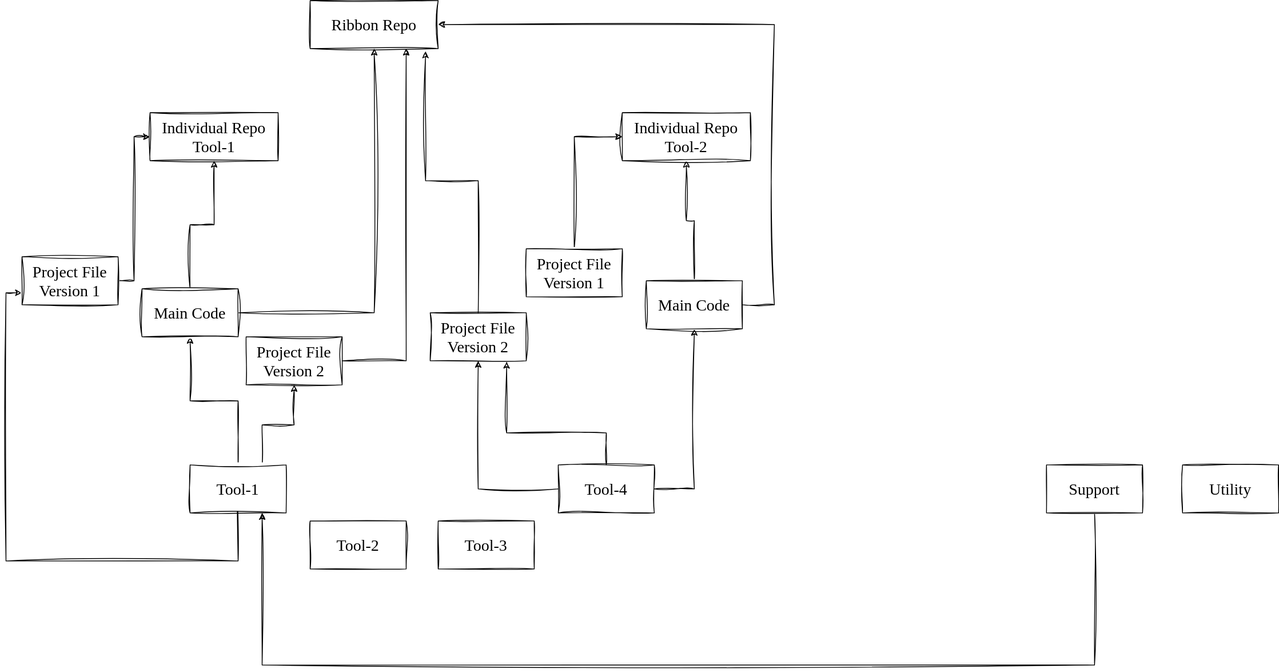
Earlier version of the draw.io export Docs/GitHub Structure Brainstorming.drawio.svg (Pinnacle-Sahin/Pinnacle-Sahin). Source tidied: cells renumbered, new cells last; positions are measured from the earlier drawing's top-left corner, leaving out a move shared by most shapes.
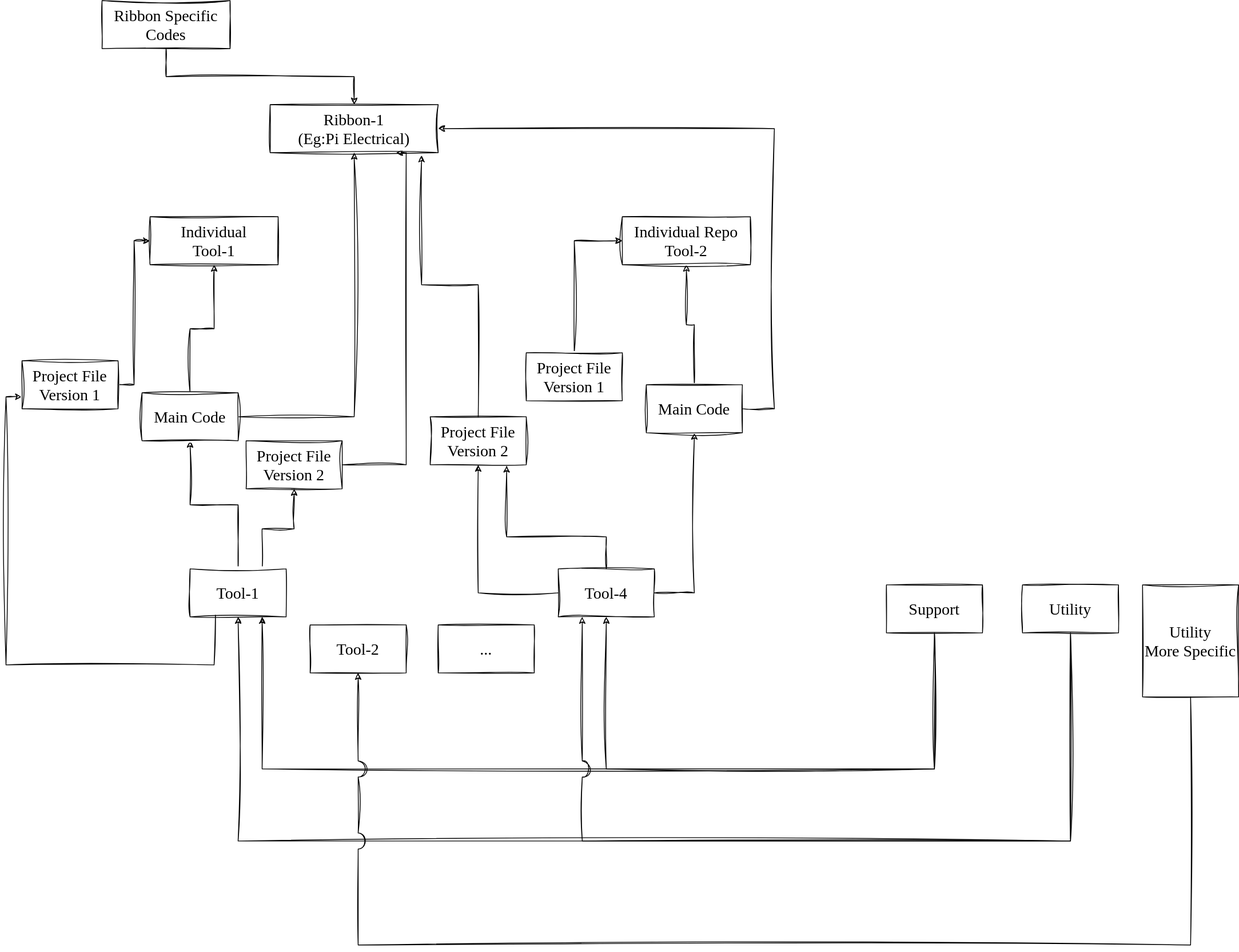
The same file after the commit.

Diff of the diagram source:
```diff
@@ -5,7 +5,7 @@
     <mxCell id="2" value="Tool-2" style="rounded=0;whiteSpace=wrap;html=1;sketch=1;hachureGap=4;jiggle=2;curveFitting=1;fontFamily=Verdana;fontSize=20;horizontal=1;" parent="1" vertex="1">
       <mxGeometry x="380" y="650" width="120" height="60" as="geometry" />
     </mxCell>
-    <mxCell id="3" style="edgeStyle=orthogonalEdgeStyle;rounded=0;sketch=1;hachureGap=4;jiggle=2;curveFitting=1;jettySize=auto;html=1;entryX=0.5;entryY=1;entryDx=0;entryDy=0;fontFamily=Verdana;fontSize=16;horizontal=1;" parent="1" edge="1" target="18">
+    <mxCell id="3" style="edgeStyle=orthogonalEdgeStyle;rounded=0;sketch=1;hachureGap=4;jiggle=2;curveFitting=1;jettySize=auto;html=1;entryX=0.5;entryY=1;entryDx=0;entryDy=0;fontFamily=Verdana;fontSize=16;horizontal=1;jumpStyle=arc;jumpSize=20;" parent="1" edge="1" target="18">
       <mxGeometry relative="1" as="geometry">
         <mxPoint x="320" y="580" as="sourcePoint" />
         <Array as="points">
@@ -14,35 +14,36 @@
         </Array>
       </mxGeometry>
     </mxCell>
-    <mxCell id="4" style="edgeStyle=orthogonalEdgeStyle;rounded=0;sketch=1;hachureGap=4;jiggle=2;curveFitting=1;jettySize=auto;html=1;exitX=0.5;exitY=0;exitDx=0;exitDy=0;entryX=0;entryY=0.75;entryDx=0;entryDy=0;fontFamily=Verdana;fontSize=16;horizontal=1;" parent="1" edge="1" source="6" target="16">
+    <mxCell id="4" style="edgeStyle=orthogonalEdgeStyle;rounded=0;sketch=1;hachureGap=4;jiggle=2;curveFitting=1;jettySize=auto;html=1;exitX=0.5;exitY=0;exitDx=0;exitDy=0;entryX=0;entryY=0.75;entryDx=0;entryDy=0;fontFamily=Verdana;fontSize=16;horizontal=1;jumpStyle=arc;jumpSize=20;" parent="1" edge="1" source="6" target="16">
       <mxGeometry relative="1" as="geometry">
         <Array as="points">
-          <mxPoint x="290" y="700" />
+          <mxPoint x="260" y="580" />
+          <mxPoint x="260" y="700" />
           <mxPoint y="700" />
           <mxPoint y="365" />
         </Array>
       </mxGeometry>
     </mxCell>
-    <mxCell id="5" style="edgeStyle=orthogonalEdgeStyle;rounded=0;sketch=1;hachureGap=4;jiggle=2;curveFitting=1;jettySize=auto;html=1;entryX=0.5;entryY=1;entryDx=0;entryDy=0;fontFamily=Verdana;fontSize=16;horizontal=1;" parent="1" edge="1" source="6" target="21">
+    <mxCell id="5" style="edgeStyle=orthogonalEdgeStyle;rounded=0;sketch=1;hachureGap=4;jiggle=2;curveFitting=1;jettySize=auto;html=1;entryX=0.5;entryY=1;entryDx=0;entryDy=0;fontFamily=Verdana;fontSize=16;horizontal=1;jumpStyle=arc;jumpSize=20;" parent="1" edge="1" source="6" target="21">
       <mxGeometry relative="1" as="geometry" />
     </mxCell>
     <mxCell id="6" value="Tool-1" style="rounded=0;whiteSpace=wrap;html=1;sketch=1;hachureGap=4;jiggle=2;curveFitting=1;fontFamily=Verdana;fontSize=20;direction=east;horizontal=1;" parent="1" vertex="1">
       <mxGeometry x="230" y="580" width="120" height="60" as="geometry" />
     </mxCell>
-    <mxCell id="7" value="Tool-3" style="rounded=0;whiteSpace=wrap;html=1;sketch=1;hachureGap=4;jiggle=2;curveFitting=1;fontFamily=Verdana;fontSize=20;horizontal=1;" parent="1" vertex="1">
+    <mxCell id="7" value="..." style="rounded=0;whiteSpace=wrap;html=1;sketch=1;hachureGap=4;jiggle=2;curveFitting=1;fontFamily=Verdana;fontSize=20;horizontal=1;" parent="1" vertex="1">
       <mxGeometry x="540" y="650" width="120" height="60" as="geometry" />
     </mxCell>
-    <mxCell id="8" style="edgeStyle=orthogonalEdgeStyle;rounded=0;sketch=1;hachureGap=4;jiggle=2;curveFitting=1;jettySize=auto;html=1;entryX=0.5;entryY=1;entryDx=0;entryDy=0;fontFamily=Verdana;fontSize=16;" parent="1" edge="1" source="11" target="25">
+    <mxCell id="8" style="edgeStyle=orthogonalEdgeStyle;rounded=0;sketch=1;hachureGap=4;jiggle=2;curveFitting=1;jettySize=auto;html=1;entryX=0.5;entryY=1;entryDx=0;entryDy=0;fontFamily=Verdana;fontSize=16;jumpStyle=arc;jumpSize=20;" parent="1" edge="1" source="11" target="25">
       <mxGeometry relative="1" as="geometry" />
     </mxCell>
-    <mxCell id="9" style="edgeStyle=orthogonalEdgeStyle;rounded=0;sketch=1;hachureGap=4;jiggle=2;curveFitting=1;jettySize=auto;html=1;entryX=0.5;entryY=1;entryDx=0;entryDy=0;fontFamily=Verdana;fontSize=16;" parent="1" edge="1" source="11" target="28">
+    <mxCell id="9" style="edgeStyle=orthogonalEdgeStyle;rounded=0;sketch=1;hachureGap=4;jiggle=2;curveFitting=1;jettySize=auto;html=1;entryX=0.5;entryY=1;entryDx=0;entryDy=0;fontFamily=Verdana;fontSize=16;jumpStyle=arc;jumpSize=20;" parent="1" edge="1" source="11" target="28">
       <mxGeometry relative="1" as="geometry">
         <Array as="points">
           <mxPoint x="860" y="610" />
         </Array>
       </mxGeometry>
     </mxCell>
-    <mxCell id="10" style="edgeStyle=orthogonalEdgeStyle;rounded=0;sketch=1;hachureGap=4;jiggle=2;curveFitting=1;jettySize=auto;html=1;entryX=0.796;entryY=1.017;entryDx=0;entryDy=0;entryPerimeter=0;fontFamily=Verdana;fontSize=16;" parent="1" edge="1" source="11" target="25">
+    <mxCell id="10" style="edgeStyle=orthogonalEdgeStyle;rounded=0;sketch=1;hachureGap=4;jiggle=2;curveFitting=1;jettySize=auto;html=1;entryX=0.796;entryY=1.017;entryDx=0;entryDy=0;entryPerimeter=0;fontFamily=Verdana;fontSize=16;jumpStyle=arc;jumpSize=20;" parent="1" edge="1" source="11" target="25">
       <mxGeometry relative="1" as="geometry">
         <Array as="points">
           <mxPoint x="750" y="540" />
@@ -53,7 +54,7 @@
     <mxCell id="11" value="Tool-4" style="rounded=0;whiteSpace=wrap;html=1;sketch=1;hachureGap=4;jiggle=2;curveFitting=1;fontFamily=Verdana;fontSize=20;horizontal=1;" parent="1" vertex="1">
       <mxGeometry x="690" y="580" width="120" height="60" as="geometry" />
     </mxCell>
-    <mxCell id="12" style="edgeStyle=elbowEdgeStyle;rounded=0;sketch=1;hachureGap=4;jiggle=2;curveFitting=1;jettySize=auto;elbow=vertical;html=1;entryX=0.75;entryY=1;entryDx=0;entryDy=0;fontFamily=Verdana;fontSize=16;" parent="1" edge="1" source="13" target="6">
+    <mxCell id="12" style="edgeStyle=elbowEdgeStyle;rounded=0;sketch=1;hachureGap=4;jiggle=2;curveFitting=1;jettySize=auto;elbow=vertical;html=1;entryX=0.75;entryY=1;entryDx=0;entryDy=0;fontFamily=Verdana;fontSize=16;anchorPointDirection=1;jumpStyle=arc;jumpSize=20;" parent="1" edge="1" source="13" target="6">
       <mxGeometry relative="1" as="geometry">
         <Array as="points">
           <mxPoint x="1000" y="830" />
@@ -61,18 +62,25 @@
       </mxGeometry>
     </mxCell>
     <mxCell id="13" value="Support" style="rounded=0;whiteSpace=wrap;html=1;sketch=1;hachureGap=4;jiggle=2;curveFitting=1;fontFamily=Verdana;fontSize=20;horizontal=1;" parent="1" vertex="1">
-      <mxGeometry x="1300" y="580" width="120" height="60" as="geometry" />
+      <mxGeometry x="1100" y="600" width="120" height="60" as="geometry" />
     </mxCell>
+    <mxCell id="32" style="edgeStyle=elbowEdgeStyle;rounded=0;sketch=1;hachureGap=4;jiggle=2;curveFitting=1;jettySize=auto;elbow=vertical;html=1;entryX=0.25;entryY=1;entryDx=0;entryDy=0;sketchStyle=rough;fontFamily=Verdana;fontSize=16;jumpStyle=arc;jumpSize=20;" parent="1" edge="1" source="14" target="11">
+      <mxGeometry relative="1" as="geometry">
+        <Array as="points">
+          <mxPoint x="1050" y="920" />
+        </Array>
+      </mxGeometry>
+    </mxCell>
     <mxCell id="14" value="Utility" style="rounded=0;whiteSpace=wrap;html=1;sketch=1;hachureGap=4;jiggle=2;curveFitting=1;fontFamily=Verdana;fontSize=20;horizontal=1;" parent="1" vertex="1">
-      <mxGeometry x="1470" y="580" width="120" height="60" as="geometry" />
+      <mxGeometry x="1270" y="600" width="120" height="60" as="geometry" />
     </mxCell>
-    <mxCell id="15" style="edgeStyle=orthogonalEdgeStyle;rounded=0;sketch=1;hachureGap=4;jiggle=2;curveFitting=1;jettySize=auto;html=1;entryX=0;entryY=0.5;entryDx=0;entryDy=0;fontFamily=Verdana;fontSize=16;horizontal=1;" parent="1" edge="1" source="16" target="29">
+    <mxCell id="15" style="edgeStyle=orthogonalEdgeStyle;rounded=0;sketch=1;hachureGap=4;jiggle=2;curveFitting=1;jettySize=auto;html=1;entryX=0;entryY=0.5;entryDx=0;entryDy=0;fontFamily=Verdana;fontSize=16;horizontal=1;jumpStyle=arc;jumpSize=20;" parent="1" edge="1" source="16" target="29">
       <mxGeometry relative="1" as="geometry" />
     </mxCell>
     <mxCell id="16" value="&lt;div&gt;Project File&lt;/div&gt;&lt;div&gt;Version 1&lt;br&gt;&lt;/div&gt;" style="rounded=0;whiteSpace=wrap;html=1;sketch=1;hachureGap=4;jiggle=2;curveFitting=1;fontFamily=Verdana;fontSize=20;direction=east;horizontal=1;" parent="1" vertex="1">
       <mxGeometry x="20" y="320" width="120" height="60" as="geometry" />
     </mxCell>
-    <mxCell id="17" style="edgeStyle=orthogonalEdgeStyle;rounded=0;sketch=1;hachureGap=4;jiggle=2;curveFitting=1;jettySize=auto;html=1;entryX=0.75;entryY=1;entryDx=0;entryDy=0;fontFamily=Verdana;fontSize=16;" parent="1" edge="1" source="18" target="30">
+    <mxCell id="17" style="edgeStyle=orthogonalEdgeStyle;rounded=0;sketch=1;hachureGap=4;jiggle=2;curveFitting=1;jettySize=auto;html=1;entryX=0.75;entryY=1;entryDx=0;entryDy=0;fontFamily=Verdana;fontSize=16;jumpStyle=arc;jumpSize=20;" parent="1" edge="1" source="18" target="30">
       <mxGeometry relative="1" as="geometry">
         <Array as="points">
           <mxPoint x="500" y="450" />
@@ -82,31 +90,31 @@
     <mxCell id="18" value="&lt;div&gt;Project File&lt;/div&gt;&lt;div&gt;Version 2&lt;br&gt;&lt;/div&gt;" style="rounded=0;whiteSpace=wrap;html=1;sketch=1;hachureGap=4;jiggle=2;curveFitting=1;fontFamily=Verdana;fontSize=20;direction=east;horizontal=1;" parent="1" vertex="1">
       <mxGeometry x="300" y="420" width="120" height="60" as="geometry" />
     </mxCell>
-    <mxCell id="19" style="edgeStyle=orthogonalEdgeStyle;rounded=0;sketch=1;hachureGap=4;jiggle=2;curveFitting=1;jettySize=auto;html=1;entryX=0.5;entryY=1;entryDx=0;entryDy=0;fontFamily=Verdana;fontSize=16;horizontal=1;" parent="1" edge="1" source="21" target="29">
+    <mxCell id="19" style="edgeStyle=orthogonalEdgeStyle;rounded=0;sketch=1;hachureGap=4;jiggle=2;curveFitting=1;jettySize=auto;html=1;entryX=0.5;entryY=1;entryDx=0;entryDy=0;fontFamily=Verdana;fontSize=16;horizontal=1;jumpStyle=arc;jumpSize=20;" parent="1" edge="1" source="21" target="29">
       <mxGeometry relative="1" as="geometry" />
     </mxCell>
-    <mxCell id="20" style="edgeStyle=orthogonalEdgeStyle;rounded=0;sketch=1;hachureGap=4;jiggle=2;curveFitting=1;jettySize=auto;html=1;fontFamily=Verdana;fontSize=16;" parent="1" edge="1" source="21" target="30">
+    <mxCell id="20" style="edgeStyle=orthogonalEdgeStyle;rounded=0;sketch=1;hachureGap=4;jiggle=2;curveFitting=1;jettySize=auto;html=1;fontFamily=Verdana;fontSize=16;jumpStyle=arc;jumpSize=20;" parent="1" edge="1" source="21" target="30">
       <mxGeometry relative="1" as="geometry" />
     </mxCell>
     <mxCell id="21" value="Main Code" style="rounded=0;whiteSpace=wrap;html=1;sketch=1;hachureGap=4;jiggle=2;curveFitting=1;fontFamily=Verdana;fontSize=20;direction=east;horizontal=1;" parent="1" vertex="1">
       <mxGeometry x="170" y="360" width="120" height="60" as="geometry" />
     </mxCell>
-    <mxCell id="22" style="edgeStyle=orthogonalEdgeStyle;rounded=0;sketch=1;hachureGap=4;jiggle=2;curveFitting=1;jettySize=auto;html=1;entryX=0;entryY=0.5;entryDx=0;entryDy=0;fontFamily=Verdana;fontSize=16;" parent="1" edge="1" source="23" target="31">
+    <mxCell id="22" style="edgeStyle=orthogonalEdgeStyle;rounded=0;sketch=1;hachureGap=4;jiggle=2;curveFitting=1;jettySize=auto;html=1;entryX=0;entryY=0.5;entryDx=0;entryDy=0;fontFamily=Verdana;fontSize=16;jumpStyle=arc;jumpSize=20;" parent="1" edge="1" source="23" target="31">
       <mxGeometry relative="1" as="geometry" />
     </mxCell>
     <mxCell id="23" value="&lt;div&gt;Project File&lt;/div&gt;&lt;div&gt;Version 1&lt;br&gt;&lt;/div&gt;" style="rounded=0;whiteSpace=wrap;html=1;sketch=1;hachureGap=4;jiggle=2;curveFitting=1;fontFamily=Verdana;fontSize=20;direction=east;horizontal=1;" parent="1" vertex="1">
       <mxGeometry x="650" y="310" width="120" height="60" as="geometry" />
     </mxCell>
-    <mxCell id="24" style="edgeStyle=orthogonalEdgeStyle;rounded=0;sketch=1;hachureGap=4;jiggle=2;curveFitting=1;jettySize=auto;html=1;entryX=0.901;entryY=1.058;entryDx=0;entryDy=0;entryPerimeter=0;fontFamily=Verdana;fontSize=16;" parent="1" edge="1" source="25" target="30">
+    <mxCell id="24" style="edgeStyle=orthogonalEdgeStyle;rounded=0;sketch=1;hachureGap=4;jiggle=2;curveFitting=1;jettySize=auto;html=1;entryX=0.901;entryY=1.058;entryDx=0;entryDy=0;entryPerimeter=0;fontFamily=Verdana;fontSize=16;jumpStyle=arc;jumpSize=20;" parent="1" edge="1" source="25" target="30">
       <mxGeometry relative="1" as="geometry" />
     </mxCell>
     <mxCell id="25" value="&lt;div&gt;Project File&lt;/div&gt;&lt;div&gt;Version 2&lt;br&gt;&lt;/div&gt;" style="rounded=0;whiteSpace=wrap;html=1;sketch=1;hachureGap=4;jiggle=2;curveFitting=1;fontFamily=Verdana;fontSize=20;direction=east;horizontal=1;" parent="1" vertex="1">
       <mxGeometry x="530" y="390" width="120" height="60" as="geometry" />
     </mxCell>
-    <mxCell id="26" style="edgeStyle=orthogonalEdgeStyle;rounded=0;sketch=1;hachureGap=4;jiggle=2;curveFitting=1;jettySize=auto;html=1;fontFamily=Verdana;fontSize=16;" parent="1" edge="1" source="28" target="31">
+    <mxCell id="26" style="edgeStyle=orthogonalEdgeStyle;rounded=0;sketch=1;hachureGap=4;jiggle=2;curveFitting=1;jettySize=auto;html=1;fontFamily=Verdana;fontSize=16;jumpStyle=arc;jumpSize=20;" parent="1" edge="1" source="28" target="31">
       <mxGeometry relative="1" as="geometry" />
     </mxCell>
-    <mxCell id="27" style="edgeStyle=orthogonalEdgeStyle;rounded=0;sketch=1;hachureGap=4;jiggle=2;curveFitting=1;jettySize=auto;html=1;entryX=1;entryY=0.5;entryDx=0;entryDy=0;fontFamily=Verdana;fontSize=16;" parent="1" edge="1" source="28" target="30">
+    <mxCell id="27" style="edgeStyle=orthogonalEdgeStyle;rounded=0;sketch=1;hachureGap=4;jiggle=2;curveFitting=1;jettySize=auto;html=1;entryX=1;entryY=0.5;entryDx=0;entryDy=0;fontFamily=Verdana;fontSize=16;jumpStyle=arc;jumpSize=20;" parent="1" edge="1" source="28" target="30">
       <mxGeometry relative="1" as="geometry">
         <Array as="points">
           <mxPoint x="960" y="380" />
@@ -117,14 +125,44 @@
     <mxCell id="28" value="Main Code" style="rounded=0;whiteSpace=wrap;html=1;sketch=1;hachureGap=4;jiggle=2;curveFitting=1;fontFamily=Verdana;fontSize=20;direction=east;horizontal=1;" parent="1" vertex="1">
       <mxGeometry x="800" y="350" width="120" height="60" as="geometry" />
     </mxCell>
-    <mxCell id="29" value="&lt;div&gt;Individual Repo&lt;/div&gt;&lt;div&gt;Tool-1&lt;br&gt;&lt;/div&gt;" style="rounded=0;whiteSpace=wrap;html=1;sketch=1;hachureGap=4;jiggle=2;curveFitting=1;fontFamily=Verdana;fontSize=20;direction=east;horizontal=1;" parent="1" vertex="1">
+    <mxCell id="29" value="&lt;div&gt;Individual&lt;br&gt;&lt;/div&gt;&lt;div&gt;Tool-1&lt;br&gt;&lt;/div&gt;" style="rounded=0;whiteSpace=wrap;html=1;sketch=1;hachureGap=4;jiggle=2;curveFitting=1;fontFamily=Verdana;fontSize=20;direction=east;horizontal=1;" parent="1" vertex="1">
       <mxGeometry x="180" y="140" width="160" height="60" as="geometry" />
     </mxCell>
-    <mxCell id="30" value="Ribbon Repo" style="rounded=0;whiteSpace=wrap;html=1;sketch=1;hachureGap=4;jiggle=2;curveFitting=1;fontFamily=Verdana;fontSize=20;direction=east;horizontal=1;" parent="1" vertex="1">
-      <mxGeometry x="380" width="160" height="60" as="geometry" />
+    <mxCell id="30" value="&lt;div&gt;Ribbon-1&lt;/div&gt;&lt;div&gt;(Eg:Pi Electrical)&lt;br&gt;&lt;/div&gt;" style="rounded=0;whiteSpace=wrap;html=1;sketch=1;hachureGap=4;jiggle=2;curveFitting=1;fontFamily=Verdana;fontSize=20;direction=east;horizontal=1;fontStyle=0;" parent="1" vertex="1">
+      <mxGeometry x="330" width="210" height="60" as="geometry" />
     </mxCell>
     <mxCell id="31" value="&lt;div&gt;Individual Repo&lt;/div&gt;&lt;div&gt;Tool-2&lt;br&gt;&lt;/div&gt;" style="rounded=0;whiteSpace=wrap;html=1;sketch=1;hachureGap=4;jiggle=2;curveFitting=1;fontFamily=Verdana;fontSize=20;direction=east;horizontal=1;" parent="1" vertex="1">
       <mxGeometry x="770" y="140" width="160" height="60" as="geometry" />
     </mxCell>
+    <mxCell id="33" style="edgeStyle=elbowEdgeStyle;rounded=0;sketch=1;hachureGap=4;jiggle=2;curveFitting=1;jettySize=auto;elbow=vertical;html=1;entryX=0.5;entryY=1;entryDx=0;entryDy=0;fontFamily=Verdana;fontSize=16;anchorPointDirection=1;jumpStyle=arc;jumpSize=20;" parent="1" edge="1" source="13" target="11">
+      <mxGeometry relative="1" as="geometry">
+        <Array as="points">
+          <mxPoint x="1000" y="830" />
+        </Array>
+      </mxGeometry>
+    </mxCell>
+    <mxCell id="34" style="edgeStyle=elbowEdgeStyle;rounded=0;sketch=1;hachureGap=4;jiggle=2;curveFitting=1;jettySize=auto;elbow=vertical;html=1;entryX=0.5;entryY=1;entryDx=0;entryDy=0;sketchStyle=rough;fontFamily=Verdana;fontSize=16;jumpStyle=arc;jumpSize=20;" parent="1" edge="1" source="14" target="6">
+      <mxGeometry relative="1" as="geometry">
+        <Array as="points">
+          <mxPoint x="1050" y="920" />
+        </Array>
+      </mxGeometry>
+    </mxCell>
+    <mxCell id="35" style="edgeStyle=elbowEdgeStyle;rounded=0;sketch=1;hachureGap=4;jiggle=2;curveFitting=1;jettySize=auto;elbow=vertical;html=1;entryX=0.5;entryY=0;entryDx=0;entryDy=0;sketchStyle=rough;fontFamily=Verdana;fontSize=16;jumpStyle=arc;jumpSize=20;" parent="1" edge="1" source="36" target="30">
+      <mxGeometry relative="1" as="geometry" />
+    </mxCell>
+    <mxCell id="36" value="Ribbon Specific Codes" style="rounded=0;whiteSpace=wrap;html=1;sketch=1;hachureGap=4;jiggle=2;curveFitting=1;fontFamily=Verdana;fontSize=20;direction=east;horizontal=1;" parent="1" vertex="1">
+      <mxGeometry x="120" y="-130" width="160" height="60" as="geometry" />
+    </mxCell>
+    <mxCell id="37" style="edgeStyle=elbowEdgeStyle;rounded=0;sketch=1;hachureGap=4;jiggle=2;curveFitting=1;jettySize=auto;elbow=vertical;html=1;entryX=0.5;entryY=1;entryDx=0;entryDy=0;sketchStyle=rough;fontFamily=Verdana;fontSize=16;strokeColor=default;jumpStyle=arc;jumpSize=20;" parent="1" edge="1" source="38" target="2">
+      <mxGeometry relative="1" as="geometry">
+        <Array as="points">
+          <mxPoint x="860" y="1050" />
+        </Array>
+      </mxGeometry>
+    </mxCell>
+    <mxCell id="38" value="Utility&lt;br&gt;More Specific" style="rounded=0;whiteSpace=wrap;html=1;sketch=1;hachureGap=4;jiggle=2;curveFitting=1;fontFamily=Verdana;fontSize=20;horizontal=1;" parent="1" vertex="1">
+      <mxGeometry x="1420" y="600" width="120" height="140" as="geometry" />
+    </mxCell>
   </root>
 </mxGraphModel>
```
